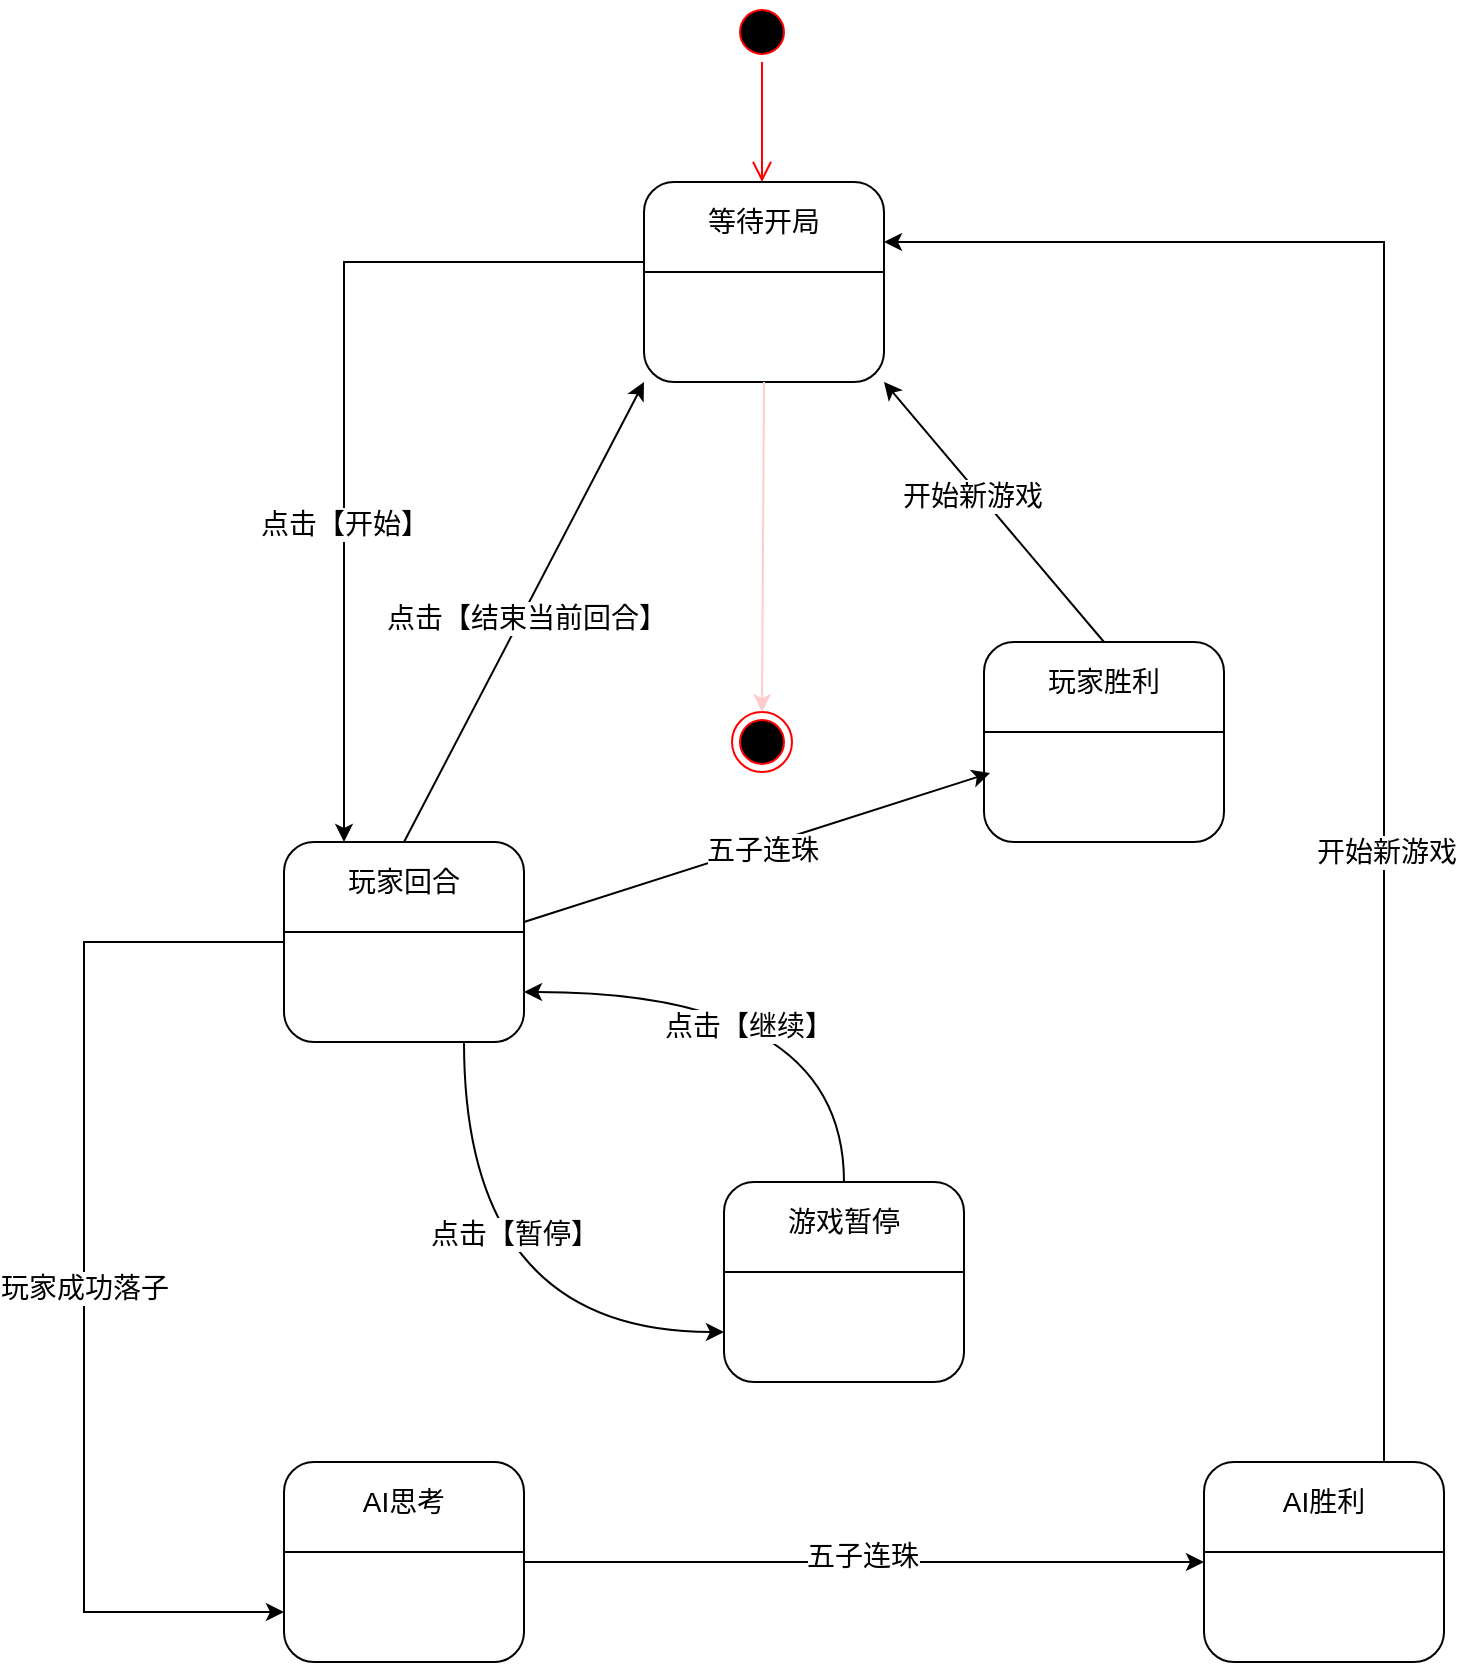
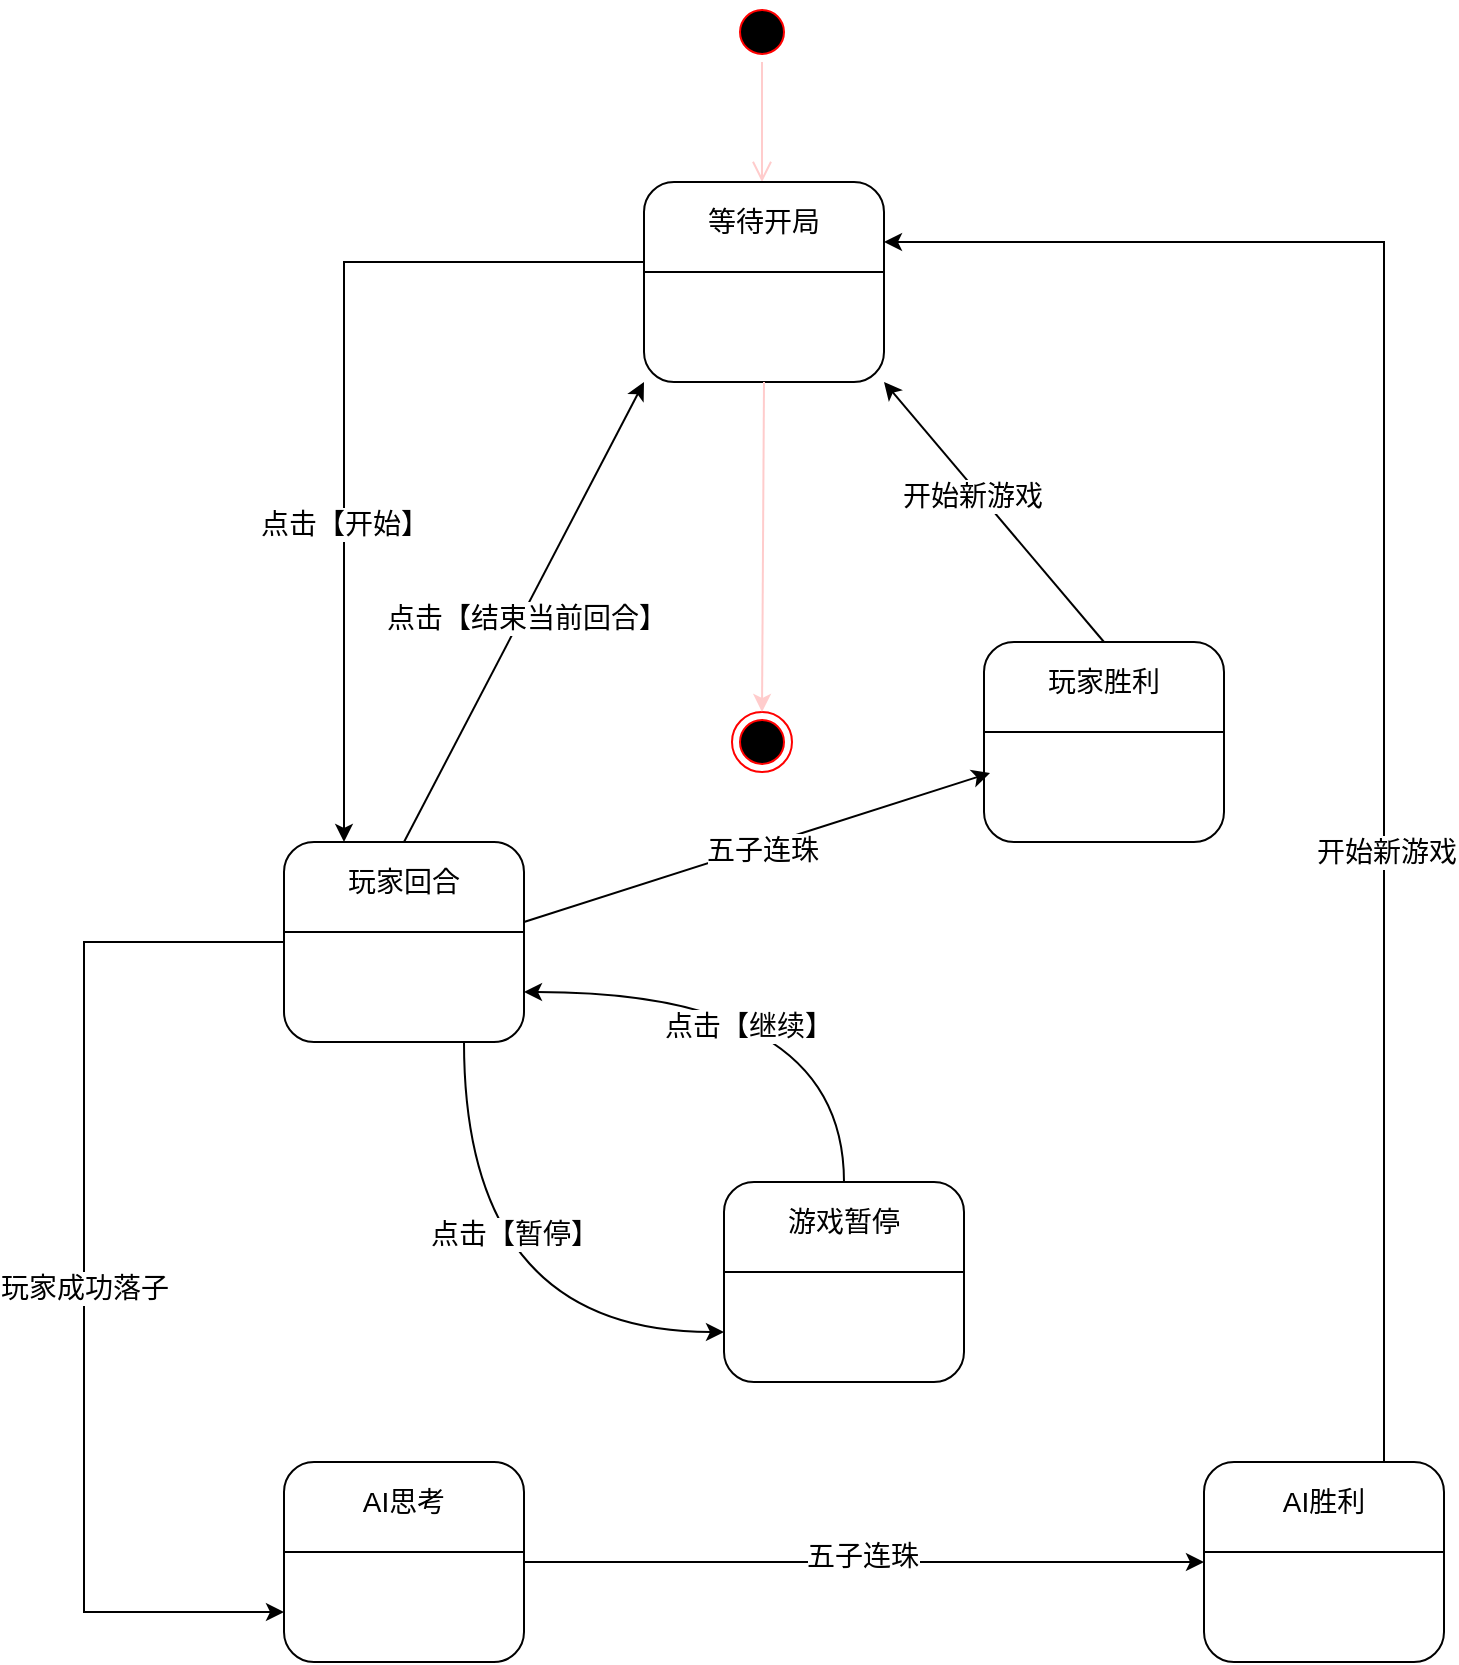
<mxfile host="app.diagrams.net">
  <diagram name="Page-1" id="SJrscw0dtFm9-GSE4LYc">
-     <mxGraphModel dx="1434" dy="1011" grid="1" gridSize="10" guides="1" tooltips="1" connect="1" arrows="1" fold="1" page="1" pageScale="1" pageWidth="827" pageHeight="1169" math="0" shadow="0">
+     <mxGraphModel dx="488" dy="344" grid="1" gridSize="10" guides="1" tooltips="1" connect="1" arrows="1" fold="1" page="1" pageScale="1" pageWidth="827" pageHeight="1169" math="0" shadow="0">
      <root>
        <mxCell id="0" />
        <mxCell id="1" parent="0" />
        <mxCell id="jX24WwS_kxphK9vp5yjp-1" parent="1" style="ellipse;html=1;shape=startState;fillColor=#000000;strokeColor=#ff0000;" value="" vertex="1">
          <mxGeometry height="30" width="30" x="384" y="140" as="geometry" />
        </mxCell>
-         <mxCell id="jX24WwS_kxphK9vp5yjp-2" edge="1" parent="1" source="jX24WwS_kxphK9vp5yjp-1" style="edgeStyle=orthogonalEdgeStyle;html=1;verticalAlign=bottom;endArrow=open;endSize=8;strokeColor=#ff0000;rounded=0;" value="">
+         <mxCell id="jX24WwS_kxphK9vp5yjp-2" edge="1" parent="1" source="jX24WwS_kxphK9vp5yjp-1" style="edgeStyle=orthogonalEdgeStyle;html=1;verticalAlign=bottom;endArrow=open;endSize=8;strokeColor=light-dark(#FFCCCC,#FF9090);rounded=0;exitX=0.5;exitY=1;exitDx=0;exitDy=0;" value="">
          <mxGeometry relative="1" as="geometry">
            <mxPoint x="399" y="230" as="targetPoint" />
          </mxGeometry>
        </mxCell>
        <mxCell id="jX24WwS_kxphK9vp5yjp-17" connectable="0" parent="1" style="group" value="" vertex="1">
          <mxGeometry height="100" width="120" x="340" y="230" as="geometry" />
        </mxCell>
        <mxCell id="jX24WwS_kxphK9vp5yjp-4" parent="jX24WwS_kxphK9vp5yjp-17" style="rounded=1;whiteSpace=wrap;html=1;container=0;" value="" vertex="1">
          <mxGeometry height="100" width="120" as="geometry" />
        </mxCell>
        <mxCell id="jX24WwS_kxphK9vp5yjp-5" parent="jX24WwS_kxphK9vp5yjp-17" style="line;strokeWidth=1;rotatable=0;dashed=0;labelPosition=right;align=left;verticalAlign=middle;spacingTop=0;spacingLeft=6;points=[];portConstraint=eastwest;container=0;" value="" vertex="1">
          <mxGeometry height="10" width="120" y="40" as="geometry" />
        </mxCell>
        <mxCell id="jX24WwS_kxphK9vp5yjp-7" parent="jX24WwS_kxphK9vp5yjp-17" style="text;html=1;whiteSpace=wrap;strokeColor=none;fillColor=none;align=center;verticalAlign=middle;rounded=0;container=0;" value="&lt;font style=&quot;font-size: 14px;&quot;&gt;等待开局&lt;/font&gt;" vertex="1">
          <mxGeometry height="40" width="120" as="geometry" />
        </mxCell>
        <mxCell id="jX24WwS_kxphK9vp5yjp-18" parent="1" style="ellipse;html=1;shape=endState;fillColor=#000000;strokeColor=#ff0000;" value="" vertex="1">
          <mxGeometry height="30" width="30" x="384" y="495" as="geometry" />
        </mxCell>
        <mxCell id="jX24WwS_kxphK9vp5yjp-19" edge="1" parent="1" source="jX24WwS_kxphK9vp5yjp-4" style="rounded=0;orthogonalLoop=1;jettySize=auto;html=1;exitX=0.5;exitY=1;exitDx=0;exitDy=0;entryX=0.5;entryY=0;entryDx=0;entryDy=0;strokeColor=light-dark(#FFCCCC,#FF9090);" target="jX24WwS_kxphK9vp5yjp-18">
          <mxGeometry relative="1" as="geometry" />
        </mxCell>
        <mxCell id="jX24WwS_kxphK9vp5yjp-20" connectable="0" parent="1" style="group" value="" vertex="1">
          <mxGeometry height="100" width="120" x="160" y="560" as="geometry" />
        </mxCell>
        <mxCell id="jX24WwS_kxphK9vp5yjp-21" parent="jX24WwS_kxphK9vp5yjp-20" style="rounded=1;whiteSpace=wrap;html=1;container=0;" value="" vertex="1">
          <mxGeometry height="100" width="120" as="geometry" />
        </mxCell>
        <mxCell id="jX24WwS_kxphK9vp5yjp-22" parent="jX24WwS_kxphK9vp5yjp-20" style="line;strokeWidth=1;rotatable=0;dashed=0;labelPosition=right;align=left;verticalAlign=middle;spacingTop=0;spacingLeft=6;points=[];portConstraint=eastwest;container=0;" value="" vertex="1">
          <mxGeometry height="10" width="120" y="40" as="geometry" />
        </mxCell>
        <mxCell id="jX24WwS_kxphK9vp5yjp-23" parent="jX24WwS_kxphK9vp5yjp-20" style="text;html=1;whiteSpace=wrap;strokeColor=none;fillColor=none;align=center;verticalAlign=middle;rounded=0;container=0;" value="&lt;font style=&quot;font-size: 14px;&quot;&gt;玩家回合&lt;/font&gt;" vertex="1">
          <mxGeometry height="40" width="120" as="geometry" />
        </mxCell>
        <mxCell id="jX24WwS_kxphK9vp5yjp-24" edge="1" parent="1" source="jX24WwS_kxphK9vp5yjp-7" style="edgeStyle=orthogonalEdgeStyle;rounded=0;orthogonalLoop=1;jettySize=auto;html=1;exitX=0;exitY=1;exitDx=0;exitDy=0;curved=0;entryX=0.25;entryY=0;entryDx=0;entryDy=0;" target="jX24WwS_kxphK9vp5yjp-23">
          <mxGeometry relative="1" as="geometry">
            <Array as="points">
              <mxPoint x="190" y="270" />
            </Array>
            <mxPoint x="330" y="270" as="sourcePoint" />
            <mxPoint x="70" y="350" as="targetPoint" />
          </mxGeometry>
        </mxCell>
        <mxCell id="jX24WwS_kxphK9vp5yjp-25" connectable="0" parent="jX24WwS_kxphK9vp5yjp-24" style="edgeLabel;html=1;align=center;verticalAlign=middle;resizable=0;points=[];" value="&lt;font style=&quot;font-size: 14px;&quot;&gt;点击【开始】&lt;/font&gt;" vertex="1">
          <mxGeometry relative="1" x="0.5938" y="19" as="geometry">
            <mxPoint x="-19" y="-70" as="offset" />
          </mxGeometry>
        </mxCell>
        <mxCell id="jX24WwS_kxphK9vp5yjp-26" edge="1" parent="1" source="jX24WwS_kxphK9vp5yjp-23" style="rounded=0;orthogonalLoop=1;jettySize=auto;html=1;exitX=0.5;exitY=0;exitDx=0;exitDy=0;entryX=0;entryY=1;entryDx=0;entryDy=0;" target="jX24WwS_kxphK9vp5yjp-4">
          <mxGeometry relative="1" as="geometry" />
        </mxCell>
        <mxCell id="jX24WwS_kxphK9vp5yjp-27" connectable="0" parent="jX24WwS_kxphK9vp5yjp-26" style="edgeLabel;html=1;align=center;verticalAlign=middle;resizable=0;points=[];" value="&lt;font style=&quot;font-size: 14px;&quot;&gt;点击【结束当前回合】&lt;/font&gt;" vertex="1">
          <mxGeometry relative="1" x="-0.016" y="-2" as="geometry">
            <mxPoint as="offset" />
          </mxGeometry>
        </mxCell>
        <mxCell id="jX24WwS_kxphK9vp5yjp-29" connectable="0" parent="1" style="group" value="" vertex="1">
          <mxGeometry height="100" width="120" x="510" y="460" as="geometry" />
        </mxCell>
        <mxCell id="jX24WwS_kxphK9vp5yjp-30" parent="jX24WwS_kxphK9vp5yjp-29" style="rounded=1;whiteSpace=wrap;html=1;container=0;" value="" vertex="1">
          <mxGeometry height="100" width="120" as="geometry" />
        </mxCell>
        <mxCell id="jX24WwS_kxphK9vp5yjp-31" parent="jX24WwS_kxphK9vp5yjp-29" style="line;strokeWidth=1;rotatable=0;dashed=0;labelPosition=right;align=left;verticalAlign=middle;spacingTop=0;spacingLeft=6;points=[];portConstraint=eastwest;container=0;" value="" vertex="1">
          <mxGeometry height="10" width="120" y="40" as="geometry" />
        </mxCell>
        <mxCell id="jX24WwS_kxphK9vp5yjp-32" parent="jX24WwS_kxphK9vp5yjp-29" style="text;html=1;whiteSpace=wrap;strokeColor=none;fillColor=none;align=center;verticalAlign=middle;rounded=0;container=0;" value="&lt;font style=&quot;font-size: 14px;&quot;&gt;玩家胜利&lt;/font&gt;" vertex="1">
          <mxGeometry height="40" width="120" as="geometry" />
        </mxCell>
        <mxCell id="jX24WwS_kxphK9vp5yjp-33" edge="1" parent="1" source="jX24WwS_kxphK9vp5yjp-30" style="rounded=0;orthogonalLoop=1;jettySize=auto;html=1;exitX=0.5;exitY=0;exitDx=0;exitDy=0;entryX=1;entryY=1;entryDx=0;entryDy=0;" target="jX24WwS_kxphK9vp5yjp-4">
          <mxGeometry relative="1" as="geometry" />
        </mxCell>
        <mxCell id="jX24WwS_kxphK9vp5yjp-34" connectable="0" parent="jX24WwS_kxphK9vp5yjp-33" style="edgeLabel;html=1;align=center;verticalAlign=middle;resizable=0;points=[];" value="&lt;font style=&quot;font-size: 14px;&quot;&gt;开始新游戏&lt;/font&gt;" vertex="1">
          <mxGeometry relative="1" x="0.148" y="4" as="geometry">
            <mxPoint y="-1" as="offset" />
          </mxGeometry>
        </mxCell>
        <mxCell id="jX24WwS_kxphK9vp5yjp-35" connectable="0" parent="1" style="group" value="" vertex="1">
          <mxGeometry height="100" width="120" x="160" y="870" as="geometry" />
        </mxCell>
        <mxCell id="jX24WwS_kxphK9vp5yjp-36" parent="jX24WwS_kxphK9vp5yjp-35" style="rounded=1;whiteSpace=wrap;html=1;container=0;" value="" vertex="1">
          <mxGeometry height="100" width="120" as="geometry" />
        </mxCell>
        <mxCell id="jX24WwS_kxphK9vp5yjp-37" parent="jX24WwS_kxphK9vp5yjp-35" style="line;strokeWidth=1;rotatable=0;dashed=0;labelPosition=right;align=left;verticalAlign=middle;spacingTop=0;spacingLeft=6;points=[];portConstraint=eastwest;container=0;" value="" vertex="1">
          <mxGeometry height="10" width="120" y="40" as="geometry" />
        </mxCell>
        <mxCell id="jX24WwS_kxphK9vp5yjp-38" parent="jX24WwS_kxphK9vp5yjp-35" style="text;html=1;whiteSpace=wrap;strokeColor=none;fillColor=none;align=center;verticalAlign=middle;rounded=0;container=0;" value="&lt;font style=&quot;font-size: 14px;&quot;&gt;AI思考&lt;/font&gt;" vertex="1">
          <mxGeometry height="40" width="120" as="geometry" />
        </mxCell>
        <mxCell id="jX24WwS_kxphK9vp5yjp-41" edge="1" parent="1" source="jX24WwS_kxphK9vp5yjp-21" style="edgeStyle=orthogonalEdgeStyle;rounded=0;orthogonalLoop=1;jettySize=auto;html=1;exitX=0;exitY=0.5;exitDx=0;exitDy=0;entryX=0;entryY=0.75;entryDx=0;entryDy=0;" target="jX24WwS_kxphK9vp5yjp-36">
          <mxGeometry relative="1" as="geometry">
            <Array as="points">
              <mxPoint x="60" y="610" />
              <mxPoint x="60" y="945" />
            </Array>
          </mxGeometry>
        </mxCell>
        <mxCell id="jX24WwS_kxphK9vp5yjp-42" connectable="0" parent="jX24WwS_kxphK9vp5yjp-41" style="edgeLabel;html=1;align=center;verticalAlign=middle;resizable=0;points=[];" value="&lt;font style=&quot;font-size: 14px;&quot;&gt;玩家成功落子&lt;/font&gt;" vertex="1">
          <mxGeometry relative="1" x="0.0188" as="geometry">
            <mxPoint as="offset" />
          </mxGeometry>
        </mxCell>
        <mxCell id="jX24WwS_kxphK9vp5yjp-43" connectable="0" parent="1" style="group" value="" vertex="1">
          <mxGeometry height="100" width="120" x="380" y="730" as="geometry" />
        </mxCell>
        <mxCell id="jX24WwS_kxphK9vp5yjp-44" parent="jX24WwS_kxphK9vp5yjp-43" style="rounded=1;whiteSpace=wrap;html=1;container=0;" value="" vertex="1">
          <mxGeometry height="100" width="120" as="geometry" />
        </mxCell>
        <mxCell id="jX24WwS_kxphK9vp5yjp-45" parent="jX24WwS_kxphK9vp5yjp-43" style="line;strokeWidth=1;rotatable=0;dashed=0;labelPosition=right;align=left;verticalAlign=middle;spacingTop=0;spacingLeft=6;points=[];portConstraint=eastwest;container=0;" value="" vertex="1">
          <mxGeometry height="10" width="120" y="40" as="geometry" />
        </mxCell>
        <mxCell id="jX24WwS_kxphK9vp5yjp-46" parent="jX24WwS_kxphK9vp5yjp-43" style="text;html=1;whiteSpace=wrap;strokeColor=none;fillColor=none;align=center;verticalAlign=middle;rounded=0;container=0;" value="&lt;font style=&quot;font-size: 14px;&quot;&gt;游戏暂停&lt;/font&gt;" vertex="1">
          <mxGeometry height="40" width="120" as="geometry" />
        </mxCell>
        <mxCell id="jX24WwS_kxphK9vp5yjp-47" edge="1" parent="1" source="jX24WwS_kxphK9vp5yjp-21" style="edgeStyle=orthogonalEdgeStyle;rounded=0;orthogonalLoop=1;jettySize=auto;html=1;exitX=0.75;exitY=1;exitDx=0;exitDy=0;entryX=0;entryY=0.75;entryDx=0;entryDy=0;curved=1;" target="jX24WwS_kxphK9vp5yjp-44">
          <mxGeometry relative="1" as="geometry" />
        </mxCell>
        <mxCell id="jX24WwS_kxphK9vp5yjp-48" connectable="0" parent="jX24WwS_kxphK9vp5yjp-47" style="edgeLabel;html=1;align=center;verticalAlign=middle;resizable=0;points=[];" value="&lt;font style=&quot;font-size: 14px;&quot;&gt;点击【暂停】&lt;/font&gt;" vertex="1">
          <mxGeometry relative="1" x="-0.3029" y="25" as="geometry">
            <mxPoint as="offset" />
          </mxGeometry>
        </mxCell>
        <mxCell id="jX24WwS_kxphK9vp5yjp-49" edge="1" parent="1" source="jX24WwS_kxphK9vp5yjp-46" style="edgeStyle=orthogonalEdgeStyle;rounded=0;orthogonalLoop=1;jettySize=auto;html=1;exitX=0.5;exitY=0;exitDx=0;exitDy=0;entryX=1;entryY=0.75;entryDx=0;entryDy=0;curved=1;" target="jX24WwS_kxphK9vp5yjp-21">
          <mxGeometry relative="1" as="geometry" />
        </mxCell>
        <mxCell id="jX24WwS_kxphK9vp5yjp-50" connectable="0" parent="jX24WwS_kxphK9vp5yjp-49" style="edgeLabel;html=1;align=center;verticalAlign=middle;resizable=0;points=[];" value="&lt;font style=&quot;font-size: 14px;&quot;&gt;点击【继续】&lt;/font&gt;" vertex="1">
          <mxGeometry relative="1" x="0.1227" y="17" as="geometry">
            <mxPoint as="offset" />
          </mxGeometry>
        </mxCell>
        <mxCell id="jX24WwS_kxphK9vp5yjp-51" connectable="0" parent="1" style="group" value="" vertex="1">
          <mxGeometry height="100" width="120" x="620" y="870" as="geometry" />
        </mxCell>
        <mxCell id="jX24WwS_kxphK9vp5yjp-52" parent="jX24WwS_kxphK9vp5yjp-51" style="rounded=1;whiteSpace=wrap;html=1;container=0;" value="" vertex="1">
          <mxGeometry height="100" width="120" as="geometry" />
        </mxCell>
        <mxCell id="jX24WwS_kxphK9vp5yjp-53" parent="jX24WwS_kxphK9vp5yjp-51" style="line;strokeWidth=1;rotatable=0;dashed=0;labelPosition=right;align=left;verticalAlign=middle;spacingTop=0;spacingLeft=6;points=[];portConstraint=eastwest;container=0;" value="" vertex="1">
          <mxGeometry height="10" width="120" y="40" as="geometry" />
        </mxCell>
        <mxCell id="jX24WwS_kxphK9vp5yjp-54" parent="jX24WwS_kxphK9vp5yjp-51" style="text;html=1;whiteSpace=wrap;strokeColor=none;fillColor=none;align=center;verticalAlign=middle;rounded=0;container=0;" value="&lt;font style=&quot;font-size: 14px;&quot;&gt;AI胜利&lt;/font&gt;" vertex="1">
          <mxGeometry height="40" width="120" as="geometry" />
        </mxCell>
        <mxCell id="jX24WwS_kxphK9vp5yjp-55" edge="1" parent="1" source="jX24WwS_kxphK9vp5yjp-36" style="edgeStyle=orthogonalEdgeStyle;rounded=0;orthogonalLoop=1;jettySize=auto;html=1;exitX=1;exitY=0.5;exitDx=0;exitDy=0;entryX=0;entryY=0.5;entryDx=0;entryDy=0;" target="jX24WwS_kxphK9vp5yjp-52">
          <mxGeometry relative="1" as="geometry" />
        </mxCell>
        <mxCell id="jX24WwS_kxphK9vp5yjp-56" connectable="0" parent="jX24WwS_kxphK9vp5yjp-55" style="edgeLabel;html=1;align=center;verticalAlign=middle;resizable=0;points=[];" value="&lt;font style=&quot;font-size: 14px;&quot;&gt;五子连珠&lt;/font&gt;" vertex="1">
          <mxGeometry relative="1" x="-0.0059" y="3" as="geometry">
            <mxPoint as="offset" />
          </mxGeometry>
        </mxCell>
        <mxCell id="jX24WwS_kxphK9vp5yjp-59" edge="1" parent="1" source="jX24WwS_kxphK9vp5yjp-23" style="rounded=0;orthogonalLoop=1;jettySize=auto;html=1;exitX=1;exitY=1;exitDx=0;exitDy=0;entryX=0.025;entryY=0.655;entryDx=0;entryDy=0;entryPerimeter=0;" target="jX24WwS_kxphK9vp5yjp-30">
          <mxGeometry relative="1" as="geometry" />
        </mxCell>
        <mxCell id="jX24WwS_kxphK9vp5yjp-60" connectable="0" parent="jX24WwS_kxphK9vp5yjp-59" style="edgeLabel;html=1;align=center;verticalAlign=middle;resizable=0;points=[];" value="&lt;font style=&quot;font-size: 14px;&quot;&gt;五子连珠&lt;/font&gt;" vertex="1">
          <mxGeometry relative="1" x="0.0152" y="-2" as="geometry">
            <mxPoint as="offset" />
          </mxGeometry>
        </mxCell>
        <mxCell id="jX24WwS_kxphK9vp5yjp-61" edge="1" parent="1" source="jX24WwS_kxphK9vp5yjp-54" style="edgeStyle=orthogonalEdgeStyle;rounded=0;orthogonalLoop=1;jettySize=auto;html=1;exitX=0.75;exitY=0;exitDx=0;exitDy=0;entryX=1;entryY=0.75;entryDx=0;entryDy=0;" target="jX24WwS_kxphK9vp5yjp-7">
          <mxGeometry relative="1" as="geometry" />
        </mxCell>
        <mxCell id="jX24WwS_kxphK9vp5yjp-62" connectable="0" parent="jX24WwS_kxphK9vp5yjp-61" style="edgeLabel;html=1;align=center;verticalAlign=middle;resizable=0;points=[];" value="&lt;font style=&quot;font-size: 14px;&quot;&gt;开始新游戏&lt;/font&gt;" vertex="1">
          <mxGeometry relative="1" x="-0.2872" y="-1" as="geometry">
            <mxPoint y="1" as="offset" />
          </mxGeometry>
        </mxCell>
      </root>
    </mxGraphModel>
  </diagram>
</mxfile>
